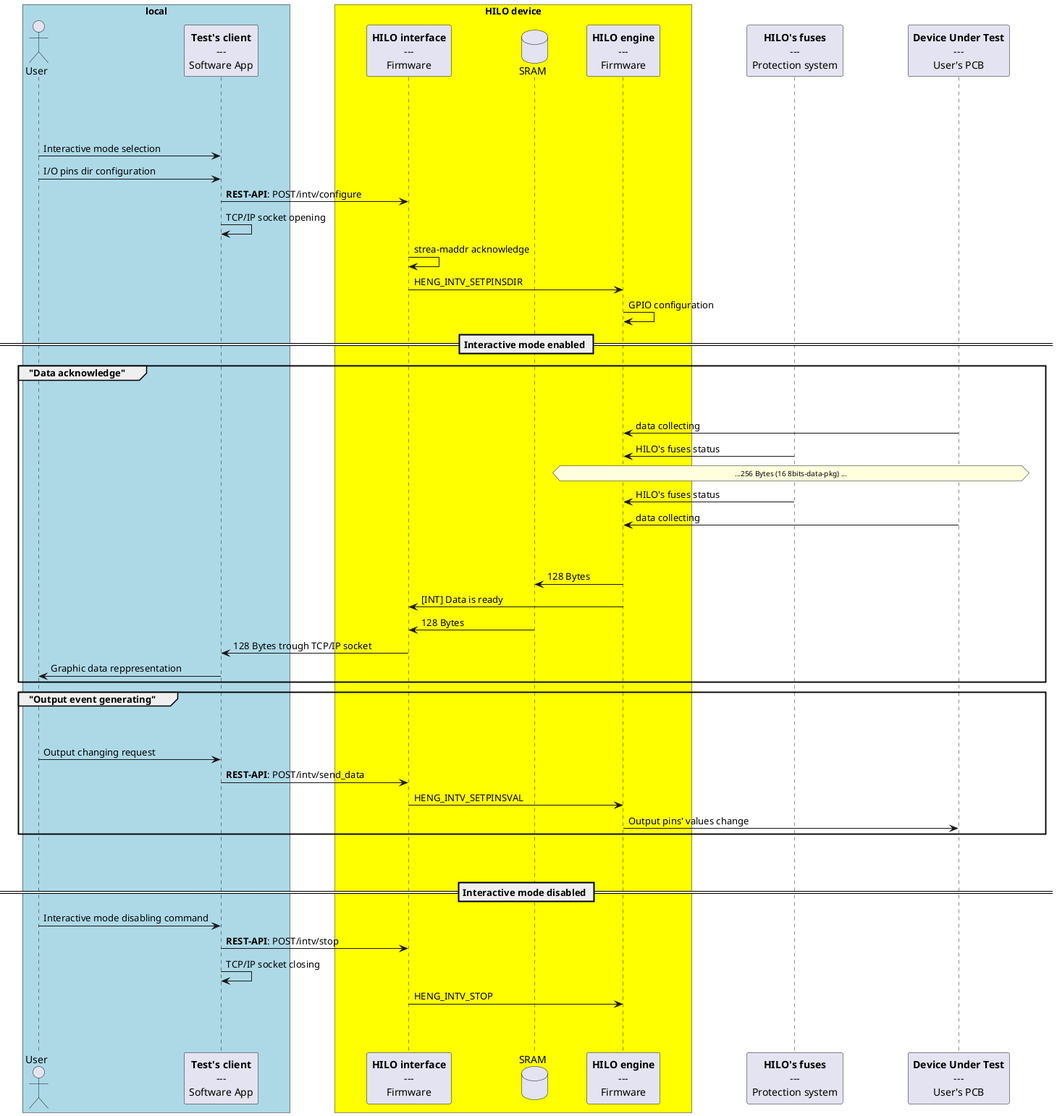
The PlantUML diagram firmware/images/overviewSequenceDiagram_intvMode.png in catinella/HILO, before a commit. Its diagram source:
```plantuml
@startuml

skinparam ParticipantPadding 40
skinparam BoxPadding 30


actor "User" as USER

participant TCL [
	**Test's client**
	---
	Software App
]

box "local" #LightBlue
	actor USER
	participant TCL
end box

participant HILOIF [
	**HILO interface**
	---
	Firmware
]

database "SRAM" as SRAM

participant HILOEN [
	**HILO engine**
	---
	Firmware
]

box "HILO device" #Yellow
	participant HILOIF
	database    SRAM
	participant HILOEN
end box

participant FUSES [
	**HILO's fuses**
	---
	Protection system
]

participant DUT [
	**Device Under Test**
	---
	User's PCB
]


|||
|||
|||

USER   -> TCL:    Interactive mode selection
USER   -> TCL:    I/O pins dir configuration
TCL    -> HILOIF: **REST-API**: POST/intv/configure
TCL    -> TCL:    TCP/IP socket opening
HILOIF -> HILOIF: strea-maddr acknowledge
HILOIF -> HILOEN: HENG_INTV_SETPINSDIR
HILOEN -> HILOEN: GPIO configuration

== Interactive mode enabled ==
group "Data acknowledge"
	|||
	|||
	DUT    -> HILOEN: data collecting
	FUSES  -> HILOEN: HILO's fuses status
	hnote over HILOEN, DUT
		<size:10>...256 Bytes (16 8bits-data-pkg) ...</size>
	end note
	FUSES  -> HILOEN: HILO's fuses status
	DUT    -> HILOEN: data collecting
	|||
	|||
	HILOEN -> SRAM:   128 Bytes
	HILOEN -> HILOIF: [INT] Data is ready
	SRAM   -> HILOIF: 128 Bytes
	HILOIF -> TCL:    128 Bytes trough TCP/IP socket
	TCL    -> USER:   Graphic data reppresentation
end
group "Output event generating"
	|||
	|||
	USER   -> TCL:    Output changing request
	TCL    -> HILOIF: **REST-API**: POST/intv/send_data
	HILOIF -> HILOEN: HENG_INTV_SETPINSVAL
	HILOEN -> DUT:    Output pins' values change
end
|||
|||
== Interactive mode disabled ==
USER   -> TCL:    Interactive mode disabling command
TCL    -> HILOIF: **REST-API**: POST/intv/stop
TCL    -> TCL:    TCP/IP socket closing
HILOIF -> HILOEN: HENG_INTV_STOP
|||
|||

@enduml
```
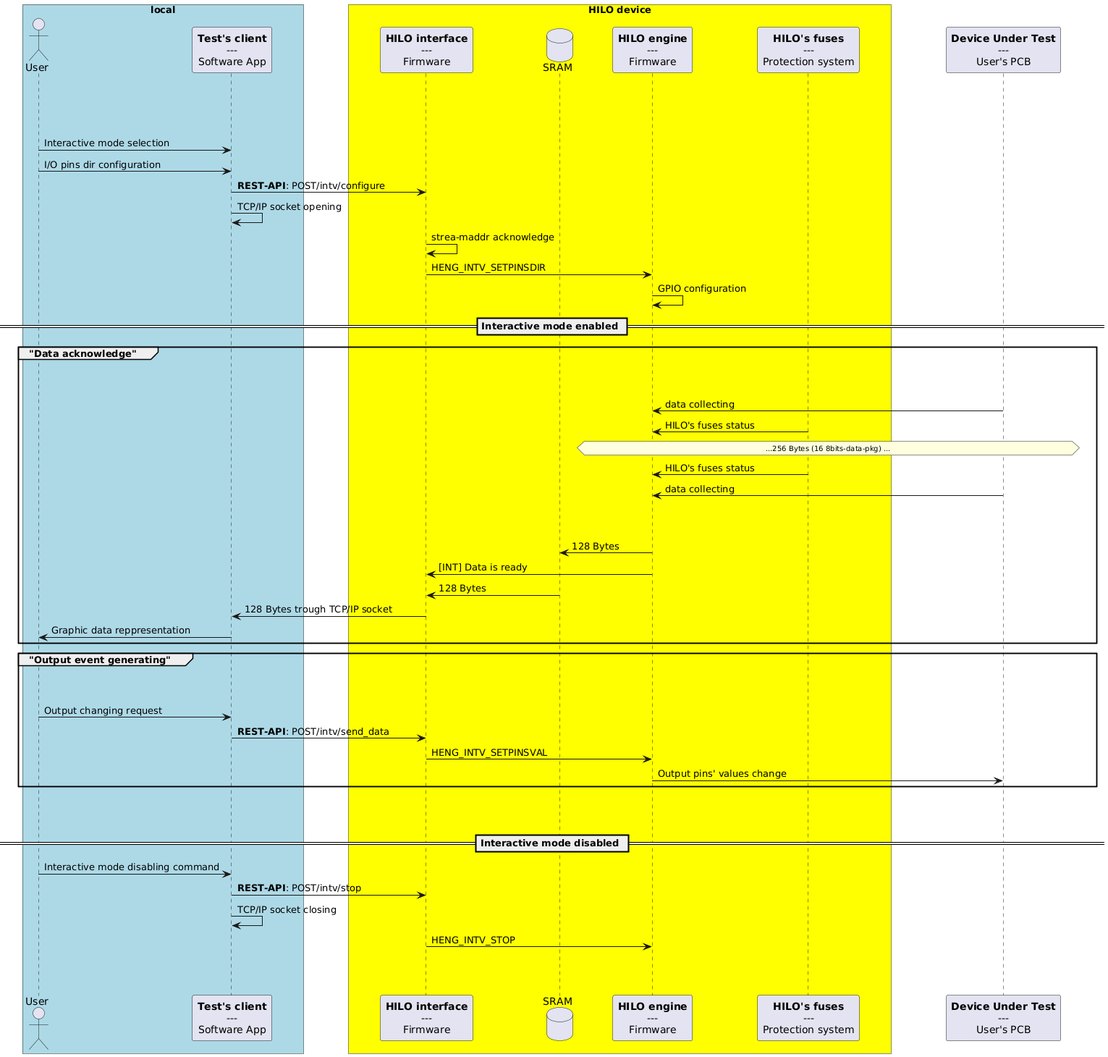
Above is the later version.

Diff of the diagram source:
```diff
@@ -31,17 +31,18 @@
 	Firmware
 ]
 
-box "HILO device" #Yellow
-	participant HILOIF
-	database    SRAM
-	participant HILOEN
-end box
-
 participant FUSES [
 	**HILO's fuses**
 	---
 	Protection system
 ]
+
+box "HILO device" #Yellow
+	participant HILOIF
+	database    SRAM
+	participant HILOEN
+	participant FUSES
+end box
 
 participant DUT [
 	**Device Under Test**
```
